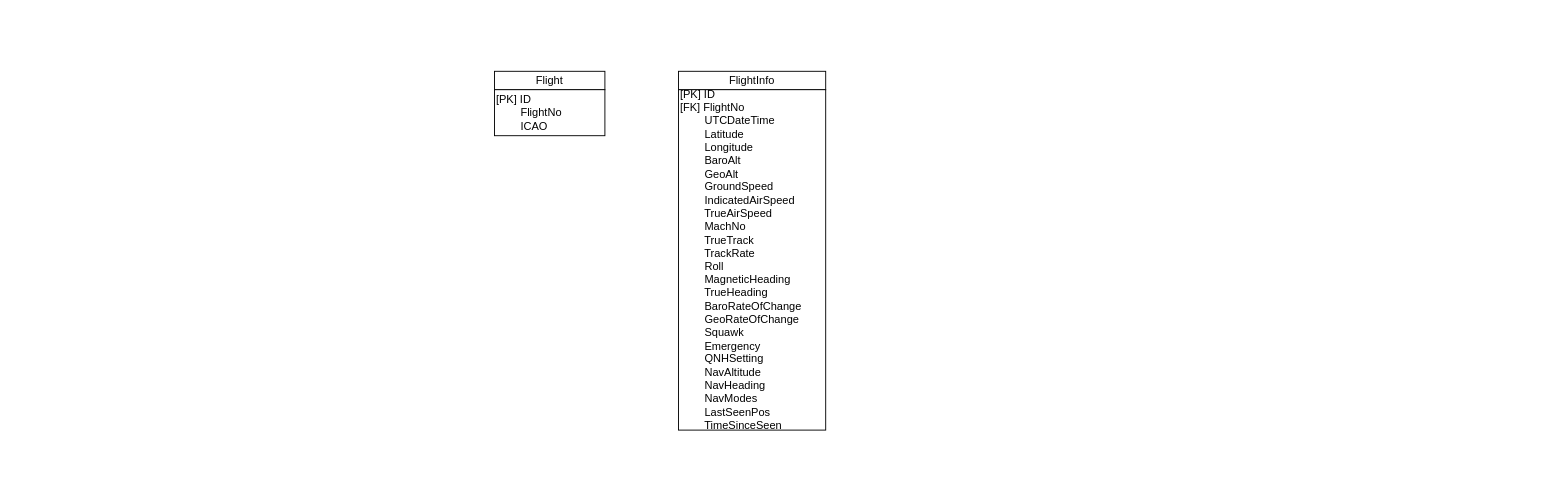
Before: WhoIsAboveMe.drawio in HannanSaleemi/WhoIsAboveMe, a draw.io diagram. Source tidied: cells renumbered, new cells numbered last; positions are measured from the earlier drawing's top-left corner, leaving out a move shared by most shapes. Both pictures are drawn from the tidied source at 92%, with x=0, y=0 at pixel (494, 71).
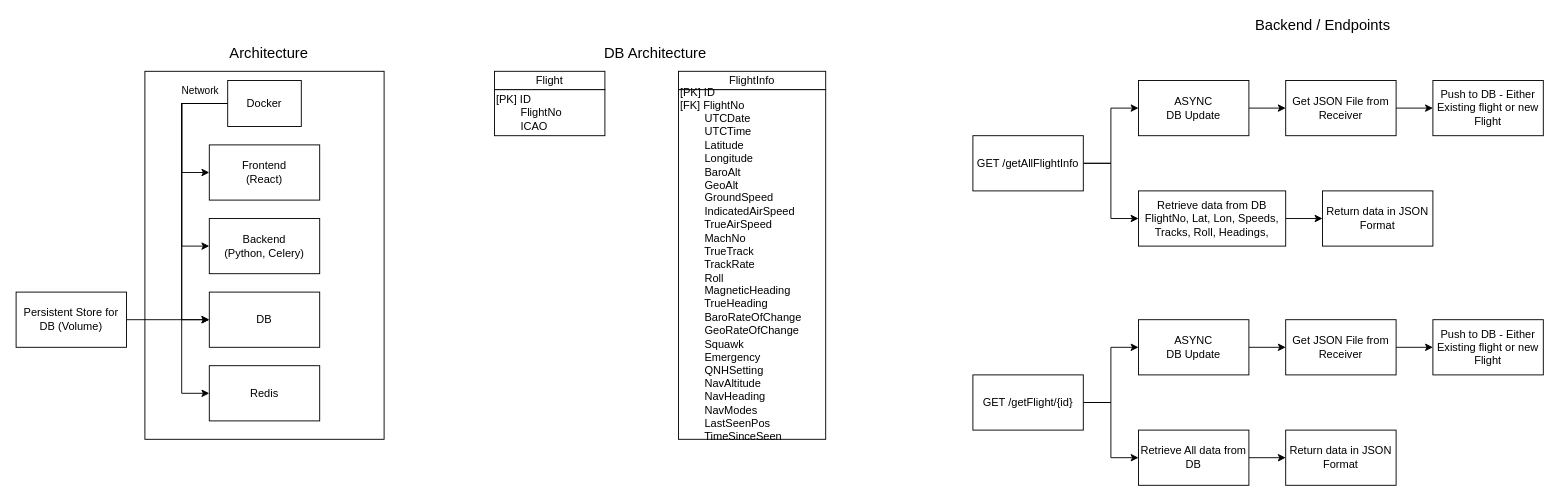
The same page after the edit.

Commit message (it also covers changes not shown here):
Arcitecture changes to involve async celery tasks in background and possible scheduler as well - requirements added in celery

Change to the diagram source:
```diff
@@
-    <mxCell id="5" value="[PK] ID&lt;br&gt;[FK] FlightNo&lt;br&gt;&amp;nbsp; &amp;nbsp; &amp;nbsp; &amp;nbsp; UTCDateTime&lt;br&gt;&amp;nbsp; &amp;nbsp; &amp;nbsp; &amp;nbsp; Latitude&lt;br&gt;&amp;nbsp; &amp;nbsp; &amp;nbsp; &amp;nbsp; Longitude&lt;br&gt;&amp;nbsp; &amp;nbsp; &amp;nbsp; &amp;nbsp; BaroAlt&lt;br&gt;&amp;nbsp; &amp;nbsp; &amp;nbsp; &amp;nbsp; GeoAlt&lt;br&gt;&amp;nbsp; &amp;nbsp; &amp;nbsp; &amp;nbsp; GroundSpeed&lt;br&gt;&amp;nbsp; &amp;nbsp; &amp;nbsp; &amp;nbsp; IndicatedAirSpeed&lt;br&gt;&amp;nbsp; &amp;nbsp; &amp;nbsp; &amp;nbsp; TrueAirSpeed&lt;br&gt;&amp;nbsp; &amp;nbsp; &amp;nbsp; &amp;nbsp; MachNo&lt;br&gt;&amp;nbsp; &amp;nbsp; &amp;nbsp; &amp;nbsp; TrueTrack&lt;br&gt;&amp;nbsp; &amp;nbsp; &amp;nbsp; &amp;nbsp; TrackRate&lt;br&gt;&amp;nbsp; &amp;nbsp; &amp;nbsp; &amp;nbsp; Roll&lt;br&gt;&amp;nbsp; &amp;nbsp; &amp;nbsp; &amp;nbsp; MagneticHeading&lt;br&gt;&amp;nbsp; &amp;nbsp; &amp;nbsp; &amp;nbsp; TrueHeading&lt;br&gt;&amp;nbsp; &amp;nbsp; &amp;nbsp; &amp;nbsp; BaroRateOfChange&lt;br&gt;&amp;nbsp; &amp;nbsp; &amp;nbsp; &amp;nbsp; GeoRateOfChange&lt;br&gt;&amp;nbsp; &amp;nbsp; &amp;nbsp; &amp;nbsp; Squawk&lt;br&gt;&amp;nbsp; &amp;nbsp; &amp;nbsp; &amp;nbsp; Emergency&lt;br&gt;&amp;nbsp; &amp;nbsp; &amp;nbsp; &amp;nbsp; QNHSetting&lt;br&gt;&amp;nbsp; &amp;nbsp; &amp;nbsp; &amp;nbsp; NavAltitude&lt;br&gt;&amp;nbsp; &amp;nbsp; &amp;nbsp; &amp;nbsp; NavHeading&lt;br&gt;&amp;nbsp; &amp;nbsp; &amp;nbsp; &amp;nbsp; NavModes&lt;br&gt;&amp;nbsp; &amp;nbsp; &amp;nbsp; &amp;nbsp; LastSeenPos&lt;br&gt;&amp;nbsp; &amp;nbsp; &amp;nbsp; &amp;nbsp; TimeSinceSeen" style="rounded=0;whiteSpace=wrap;html=1;align=left;" parent="1" vertex="1">
-      <mxGeometry x="200" y="20" width="160" height="370" as="geometry" />
+    <mxCell id="5" value="[PK] ID&lt;br&gt;[FK] FlightNo&lt;br&gt;&amp;nbsp; &amp;nbsp; &amp;nbsp; &amp;nbsp; UTCDate&lt;br&gt;&amp;nbsp; &amp;nbsp; &amp;nbsp; &amp;nbsp; UTCTime&lt;br&gt;&amp;nbsp; &amp;nbsp; &amp;nbsp; &amp;nbsp; Latitude&lt;br&gt;&amp;nbsp; &amp;nbsp; &amp;nbsp; &amp;nbsp; Longitude&lt;br&gt;&amp;nbsp; &amp;nbsp; &amp;nbsp; &amp;nbsp; BaroAlt&lt;br&gt;&amp;nbsp; &amp;nbsp; &amp;nbsp; &amp;nbsp; GeoAlt&lt;br&gt;&amp;nbsp; &amp;nbsp; &amp;nbsp; &amp;nbsp; GroundSpeed&lt;br&gt;&amp;nbsp; &amp;nbsp; &amp;nbsp; &amp;nbsp; IndicatedAirSpeed&lt;br&gt;&amp;nbsp; &amp;nbsp; &amp;nbsp; &amp;nbsp; TrueAirSpeed&lt;br&gt;&amp;nbsp; &amp;nbsp; &amp;nbsp; &amp;nbsp; MachNo&lt;br&gt;&amp;nbsp; &amp;nbsp; &amp;nbsp; &amp;nbsp; TrueTrack&lt;br&gt;&amp;nbsp; &amp;nbsp; &amp;nbsp; &amp;nbsp; TrackRate&lt;br&gt;&amp;nbsp; &amp;nbsp; &amp;nbsp; &amp;nbsp; Roll&lt;br&gt;&amp;nbsp; &amp;nbsp; &amp;nbsp; &amp;nbsp; MagneticHeading&lt;br&gt;&amp;nbsp; &amp;nbsp; &amp;nbsp; &amp;nbsp; TrueHeading&lt;br&gt;&amp;nbsp; &amp;nbsp; &amp;nbsp; &amp;nbsp; BaroRateOfChange&lt;br&gt;&amp;nbsp; &amp;nbsp; &amp;nbsp; &amp;nbsp; GeoRateOfChange&lt;br&gt;&amp;nbsp; &amp;nbsp; &amp;nbsp; &amp;nbsp; Squawk&lt;br&gt;&amp;nbsp; &amp;nbsp; &amp;nbsp; &amp;nbsp; Emergency&lt;br&gt;&amp;nbsp; &amp;nbsp; &amp;nbsp; &amp;nbsp; QNHSetting&lt;br&gt;&amp;nbsp; &amp;nbsp; &amp;nbsp; &amp;nbsp; NavAltitude&lt;br&gt;&amp;nbsp; &amp;nbsp; &amp;nbsp; &amp;nbsp; NavHeading&lt;br&gt;&amp;nbsp; &amp;nbsp; &amp;nbsp; &amp;nbsp; NavModes&lt;br&gt;&amp;nbsp; &amp;nbsp; &amp;nbsp; &amp;nbsp; LastSeenPos&lt;br&gt;&amp;nbsp; &amp;nbsp; &amp;nbsp; &amp;nbsp; TimeSinceSeen" style="rounded=0;whiteSpace=wrap;html=1;align=left;" parent="1" vertex="1">
+      <mxGeometry x="200" y="20" width="160" height="380" as="geometry" />
     </mxCell>
+    <mxCell id="6" style="edgeStyle=orthogonalEdgeStyle;rounded=0;jettySize=auto;html=1;exitX=1;exitY=0.5;exitDx=0;exitDy=0;entryX=0;entryY=0.5;entryDx=0;entryDy=0;" parent="1" edge="1" source="8" target="10">
+      <mxGeometry relative="1" as="geometry" />
+    </mxCell>
+    <mxCell id="7" style="edgeStyle=orthogonalEdgeStyle;rounded=0;jettySize=auto;html=1;exitX=1;exitY=0.5;exitDx=0;exitDy=0;entryX=0;entryY=0.5;entryDx=0;entryDy=0;" parent="1" edge="1" source="8" target="15">
+      <mxGeometry relative="1" as="geometry" />
+    </mxCell>
+    <mxCell id="8" value="GET /getAllFlightInfo" style="rounded=0;whiteSpace=wrap;html=1;" parent="1" vertex="1">
+      <mxGeometry x="520" y="70" width="120" height="60" as="geometry" />
+    </mxCell>
+    <mxCell id="9" style="edgeStyle=orthogonalEdgeStyle;rounded=0;jettySize=auto;html=1;exitX=1;exitY=0.5;exitDx=0;exitDy=0;entryX=0;entryY=0.5;entryDx=0;entryDy=0;" parent="1" edge="1" source="10" target="12">
+      <mxGeometry relative="1" as="geometry" />
+    </mxCell>
+    <mxCell id="10" value="ASYNC&lt;br&gt;DB Update" style="rounded=0;whiteSpace=wrap;html=1;" parent="1" vertex="1">
+      <mxGeometry x="700" y="10" width="120" height="60" as="geometry" />
+    </mxCell>
+    <mxCell id="11" style="edgeStyle=orthogonalEdgeStyle;rounded=0;jettySize=auto;html=1;exitX=1;exitY=0.5;exitDx=0;exitDy=0;" parent="1" edge="1" source="12" target="13">
+      <mxGeometry relative="1" as="geometry" />
+    </mxCell>
+    <mxCell id="12" value="Get JSON File from Receiver" style="rounded=0;whiteSpace=wrap;html=1;" parent="1" vertex="1">
+      <mxGeometry x="860" y="10" width="120" height="60" as="geometry" />
+    </mxCell>
+    <mxCell id="13" value="Push to DB - Either Existing flight or new Flight" style="rounded=0;whiteSpace=wrap;html=1;" parent="1" vertex="1">
+      <mxGeometry x="1020" y="10" width="120" height="60" as="geometry" />
+    </mxCell>
+    <mxCell id="14" style="edgeStyle=orthogonalEdgeStyle;rounded=0;jettySize=auto;html=1;exitX=1;exitY=0.5;exitDx=0;exitDy=0;entryX=0;entryY=0.5;entryDx=0;entryDy=0;" parent="1" edge="1" source="15" target="16">
+      <mxGeometry relative="1" as="geometry" />
+    </mxCell>
+    <mxCell id="15" value="Retrieve data from DB&lt;br&gt;FlightNo, Lat, Lon, Speeds, Tracks, Roll, Headings," style="rounded=0;whiteSpace=wrap;html=1;" parent="1" vertex="1">
+      <mxGeometry x="700" y="130" width="160" height="60" as="geometry" />
+    </mxCell>
+    <mxCell id="16" value="Return data in JSON Format" style="rounded=0;whiteSpace=wrap;html=1;" parent="1" vertex="1">
+      <mxGeometry x="900" y="130" width="120" height="60" as="geometry" />
+    </mxCell>
+    <mxCell id="17" style="edgeStyle=orthogonalEdgeStyle;rounded=0;jettySize=auto;html=1;exitX=1;exitY=0.5;exitDx=0;exitDy=0;entryX=0;entryY=0.5;entryDx=0;entryDy=0;" parent="1" edge="1" source="19" target="21">
+      <mxGeometry relative="1" as="geometry" />
+    </mxCell>
+    <mxCell id="18" style="edgeStyle=orthogonalEdgeStyle;rounded=0;jettySize=auto;html=1;exitX=1;exitY=0.5;exitDx=0;exitDy=0;entryX=0;entryY=0.5;entryDx=0;entryDy=0;" parent="1" edge="1" source="19" target="26">
+      <mxGeometry relative="1" as="geometry" />
+    </mxCell>
+    <mxCell id="19" value="GET /getFlight/{id}" style="rounded=0;whiteSpace=wrap;html=1;" parent="1" vertex="1">
+      <mxGeometry x="520" y="330" width="120" height="60" as="geometry" />
+    </mxCell>
+    <mxCell id="20" style="edgeStyle=orthogonalEdgeStyle;rounded=0;jettySize=auto;html=1;exitX=1;exitY=0.5;exitDx=0;exitDy=0;entryX=0;entryY=0.5;entryDx=0;entryDy=0;" parent="1" edge="1" source="21" target="23">
+      <mxGeometry relative="1" as="geometry" />
+    </mxCell>
+    <mxCell id="21" value="ASYNC&lt;br&gt;DB Update" style="rounded=0;whiteSpace=wrap;html=1;" parent="1" vertex="1">
+      <mxGeometry x="700" y="270" width="120" height="60" as="geometry" />
+    </mxCell>
+    <mxCell id="22" style="edgeStyle=orthogonalEdgeStyle;rounded=0;jettySize=auto;html=1;exitX=1;exitY=0.5;exitDx=0;exitDy=0;" parent="1" edge="1" source="23" target="24">
+      <mxGeometry relative="1" as="geometry" />
+    </mxCell>
+    <mxCell id="23" value="Get JSON File from Receiver" style="rounded=0;whiteSpace=wrap;html=1;" parent="1" vertex="1">
+      <mxGeometry x="860" y="270" width="120" height="60" as="geometry" />
+    </mxCell>
+    <mxCell id="24" value="Push to DB - Either Existing flight or new Flight" style="rounded=0;whiteSpace=wrap;html=1;" parent="1" vertex="1">
+      <mxGeometry x="1020" y="270" width="120" height="60" as="geometry" />
+    </mxCell>
+    <mxCell id="25" style="edgeStyle=orthogonalEdgeStyle;rounded=0;jettySize=auto;html=1;exitX=1;exitY=0.5;exitDx=0;exitDy=0;entryX=0;entryY=0.5;entryDx=0;entryDy=0;" parent="1" edge="1" source="26" target="27">
+      <mxGeometry relative="1" as="geometry" />
+    </mxCell>
+    <mxCell id="26" value="Retrieve All data from DB" style="rounded=0;whiteSpace=wrap;html=1;" parent="1" vertex="1">
+      <mxGeometry x="700" y="390" width="120" height="60" as="geometry" />
+    </mxCell>
+    <mxCell id="27" value="Return data in JSON Format" style="rounded=0;whiteSpace=wrap;html=1;" parent="1" vertex="1">
+      <mxGeometry x="860" y="390" width="120" height="60" as="geometry" />
+    </mxCell>
+    <mxCell id="28" style="rounded=0;whiteSpace=wrap;html=1;" parent="1" vertex="1">
+      <mxGeometry x="-380" width="260" height="400" as="geometry" />
+    </mxCell>
+    <mxCell id="29" style="edgeStyle=orthogonalEdgeStyle;rounded=0;jettySize=auto;html=1;exitX=0;exitY=0.5;exitDx=0;exitDy=0;entryX=0;entryY=0.5;entryDx=0;entryDy=0;" parent="1" edge="1" source="34" target="35">
+      <mxGeometry relative="1" as="geometry">
+        <Array as="points">
+          <mxPoint x="-340" y="35" />
+          <mxPoint x="-340" y="110" />
+        </Array>
+      </mxGeometry>
+    </mxCell>
+    <mxCell id="30" style="edgeStyle=orthogonalEdgeStyle;rounded=0;jettySize=auto;html=1;exitX=0;exitY=0.5;exitDx=0;exitDy=0;entryX=0;entryY=0.5;entryDx=0;entryDy=0;" parent="1" edge="1" source="34" target="36">
+      <mxGeometry relative="1" as="geometry">
+        <Array as="points">
+          <mxPoint x="-340" y="35" />
+          <mxPoint x="-340" y="190" />
+        </Array>
+      </mxGeometry>
+    </mxCell>
+    <mxCell id="31" style="edgeStyle=orthogonalEdgeStyle;rounded=0;jettySize=auto;html=1;exitX=0;exitY=0.5;exitDx=0;exitDy=0;entryX=0;entryY=0.5;entryDx=0;entryDy=0;" parent="1" edge="1" source="34" target="37">
+      <mxGeometry relative="1" as="geometry">
+        <Array as="points">
+          <mxPoint x="-340" y="35" />
+          <mxPoint x="-340" y="270" />
+        </Array>
+      </mxGeometry>
+    </mxCell>
+    <mxCell id="32" style="edgeStyle=orthogonalEdgeStyle;rounded=0;jettySize=auto;html=1;exitX=0;exitY=0.5;exitDx=0;exitDy=0;entryX=0;entryY=0.5;entryDx=0;entryDy=0;" parent="1" edge="1" source="34" target="38">
+      <mxGeometry relative="1" as="geometry">
+        <Array as="points">
+          <mxPoint x="-340" y="35" />
+          <mxPoint x="-340" y="350" />
+        </Array>
+      </mxGeometry>
+    </mxCell>
+    <mxCell id="33" value="Network" style="text;html=1;align=center;verticalAlign=middle;labelBackgroundColor=none;fontSize=11;" parent="32" vertex="1">
+      <mxGeometry x="-0.84" y="3" relative="1" as="geometry">
+        <mxPoint x="1" y="-18" as="offset" />
+      </mxGeometry>
+    </mxCell>
+    <mxCell id="34" value="Docker" style="rounded=0;whiteSpace=wrap;html=1;" parent="1" vertex="1">
+      <mxGeometry x="-290" y="10" width="80" height="50" as="geometry" />
+    </mxCell>
+    <mxCell id="35" value="Frontend&lt;br&gt;(React)" style="rounded=0;whiteSpace=wrap;html=1;" parent="1" vertex="1">
+      <mxGeometry x="-310" y="80" width="120" height="60" as="geometry" />
+    </mxCell>
+    <mxCell id="36" value="Backend&lt;br&gt;(Python, Celery)" style="rounded=0;whiteSpace=wrap;html=1;" parent="1" vertex="1">
+      <mxGeometry x="-310" y="160" width="120" height="60" as="geometry" />
+    </mxCell>
+    <mxCell id="37" value="DB" style="rounded=0;whiteSpace=wrap;html=1;" parent="1" vertex="1">
+      <mxGeometry x="-310" y="240" width="120" height="60" as="geometry" />
+    </mxCell>
+    <mxCell id="38" value="Redis" style="rounded=0;whiteSpace=wrap;html=1;" parent="1" vertex="1">
+      <mxGeometry x="-310" y="320" width="120" height="60" as="geometry" />
+    </mxCell>
+    <mxCell id="39" style="edgeStyle=orthogonalEdgeStyle;rounded=0;jettySize=auto;html=1;exitX=1;exitY=0.5;exitDx=0;exitDy=0;entryX=0;entryY=0.5;entryDx=0;entryDy=0;" parent="1" edge="1" source="40" target="37">
+      <mxGeometry relative="1" as="geometry" />
+    </mxCell>
+    <mxCell id="40" value="Persistent Store for DB (Volume)" style="rounded=0;whiteSpace=wrap;html=1;" parent="1" vertex="1">
+      <mxGeometry x="-520" y="240" width="120" height="60" as="geometry" />
+    </mxCell>
+    <mxCell id="41" value="Architecture" style="text;html=1;strokeColor=none;fillColor=none;align=center;verticalAlign=middle;whiteSpace=wrap;rounded=0;fontSize=16;" parent="1" vertex="1">
+      <mxGeometry x="-300" y="-30" width="110" height="20" as="geometry" />
+    </mxCell>
+    <mxCell id="42" value="Backend / Endpoints" style="text;html=1;strokeColor=none;fillColor=none;align=center;verticalAlign=middle;whiteSpace=wrap;rounded=0;fontSize=16;" parent="1" vertex="1">
+      <mxGeometry x="817.5" y="-60" width="165" height="20" as="geometry" />
+    </mxCell>
+    <mxCell id="43" value="DB Architecture" style="text;html=1;strokeColor=none;fillColor=none;align=center;verticalAlign=middle;whiteSpace=wrap;rounded=0;fontSize=16;" parent="1" vertex="1">
+      <mxGeometry x="110" y="-30" width="130" height="20" as="geometry" />
+    </mxCell>
```
